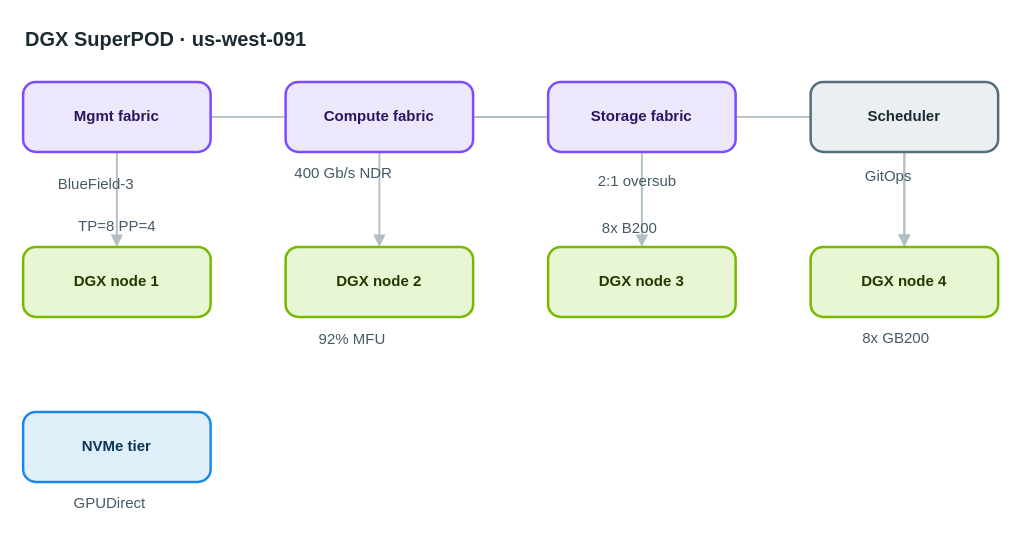
This is apps/web/public/samples/library/091-dgx-superpod.drawio from AryanG01/open-apprentice, a draw.io file, before an edit. Source tidied: cells renumbered, new cells numbered last; positions are measured from the earlier drawing's top-left corner, leaving out a move shared by most shapes. Both pictures are drawn from the tidied source at 125%, with x=0, y=0 at pixel (22, 21).
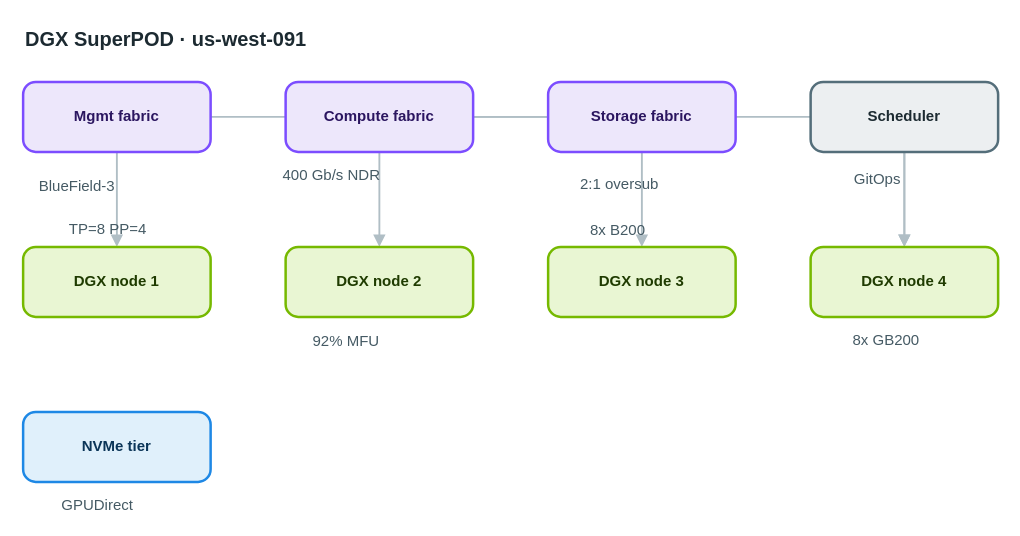
The same diagram, later.

What changed in the source:
```diff
@@
-    <mxCell id="17" value="BlueField-3" style="text;html=1;align=center;verticalAlign=middle;whiteSpace=nowrap;strokeColor=none;fillColor=none;fontSize=12;fontColor=#455a64;" parent="1" vertex="1">
+    <mxCell id="17" value="BlueField-3" style="text;html=1;align=left;verticalAlign=top;whiteSpace=nowrap;spacing=0;spacingTop=0;strokeColor=none;fillColor=none;fontSize=12;fontColor=#455a64;" parent="1" vertex="1">
       <mxGeometry x="13" y="120" width="89" height="20" as="geometry" />
     </mxCell>
-    <mxCell id="18" value="400 Gb/s NDR" style="text;html=1;align=center;verticalAlign=middle;whiteSpace=nowrap;strokeColor=none;fillColor=none;fontSize=12;fontColor=#455a64;" parent="1" vertex="1">
+    <mxCell id="18" value="400 Gb/s NDR" style="text;html=1;align=left;verticalAlign=top;whiteSpace=nowrap;spacing=0;spacingTop=0;strokeColor=none;fillColor=none;fontSize=12;fontColor=#455a64;" parent="1" vertex="1">
       <mxGeometry x="208" y="111" width="96" height="20" as="geometry" />
     </mxCell>
-    <mxCell id="19" value="2:1 oversub" style="text;html=1;align=center;verticalAlign=middle;whiteSpace=nowrap;strokeColor=none;fillColor=none;fontSize=12;fontColor=#455a64;" parent="1" vertex="1">
+    <mxCell id="19" value="2:1 oversub" style="text;html=1;align=left;verticalAlign=top;whiteSpace=nowrap;spacing=0;spacingTop=0;strokeColor=none;fillColor=none;fontSize=12;fontColor=#455a64;" parent="1" vertex="1">
       <mxGeometry x="446" y="118" width="89" height="20" as="geometry" />
     </mxCell>
-    <mxCell id="20" value="TP=8 PP=4" style="text;html=1;align=center;verticalAlign=middle;whiteSpace=nowrap;strokeColor=none;fillColor=none;fontSize=12;fontColor=#455a64;" parent="1" vertex="1">
+    <mxCell id="20" value="TP=8 PP=4" style="text;html=1;align=left;verticalAlign=top;whiteSpace=nowrap;spacing=0;spacingTop=0;strokeColor=none;fillColor=none;fontSize=12;fontColor=#455a64;" parent="1" vertex="1">
       <mxGeometry x="37" y="154" width="75" height="20" as="geometry" />
     </mxCell>
-    <mxCell id="21" value="92% MFU" style="text;html=1;align=center;verticalAlign=middle;whiteSpace=nowrap;strokeColor=none;fillColor=none;fontSize=12;fontColor=#455a64;" parent="1" vertex="1">
+    <mxCell id="21" value="92% MFU" style="text;html=1;align=left;verticalAlign=top;whiteSpace=nowrap;spacing=0;spacingTop=0;strokeColor=none;fillColor=none;fontSize=12;fontColor=#455a64;" parent="1" vertex="1">
       <mxGeometry x="232" y="244" width="61" height="20" as="geometry" />
     </mxCell>
-    <mxCell id="22" value="8x B200" style="text;html=1;align=center;verticalAlign=middle;whiteSpace=nowrap;strokeColor=none;fillColor=none;fontSize=12;fontColor=#455a64;" parent="1" vertex="1">
+    <mxCell id="22" value="8x B200" style="text;html=1;align=left;verticalAlign=top;whiteSpace=nowrap;spacing=0;spacingTop=0;strokeColor=none;fillColor=none;fontSize=12;fontColor=#455a64;" parent="1" vertex="1">
       <mxGeometry x="454" y="155" width="61" height="20" as="geometry" />
     </mxCell>
-    <mxCell id="23" value="8x GB200" style="text;html=1;align=center;verticalAlign=middle;whiteSpace=nowrap;strokeColor=none;fillColor=none;fontSize=12;fontColor=#455a64;" parent="1" vertex="1">
+    <mxCell id="23" value="8x GB200" style="text;html=1;align=left;verticalAlign=top;whiteSpace=nowrap;spacing=0;spacingTop=0;strokeColor=none;fillColor=none;fontSize=12;fontColor=#455a64;" parent="1" vertex="1">
       <mxGeometry x="664" y="243" width="68" height="20" as="geometry" />
     </mxCell>
-    <mxCell id="24" value="GPUDirect" style="text;html=1;align=center;verticalAlign=middle;whiteSpace=nowrap;strokeColor=none;fillColor=none;fontSize=12;fontColor=#455a64;" parent="1" vertex="1">
+    <mxCell id="24" value="GPUDirect" style="text;html=1;align=left;verticalAlign=top;whiteSpace=nowrap;spacing=0;spacingTop=0;strokeColor=none;fillColor=none;fontSize=12;fontColor=#455a64;" parent="1" vertex="1">
       <mxGeometry x="31" y="375" width="75" height="20" as="geometry" />
     </mxCell>
-    <mxCell id="25" value="GitOps" style="text;html=1;align=center;verticalAlign=middle;whiteSpace=nowrap;strokeColor=none;fillColor=none;fontSize=12;fontColor=#455a64;" parent="1" vertex="1">
+    <mxCell id="25" value="GitOps" style="text;html=1;align=left;verticalAlign=top;whiteSpace=nowrap;spacing=0;spacingTop=0;strokeColor=none;fillColor=none;fontSize=12;fontColor=#455a64;" parent="1" vertex="1">
       <mxGeometry x="665" y="114" width="54" height="20" as="geometry" />
     </mxCell>
```
